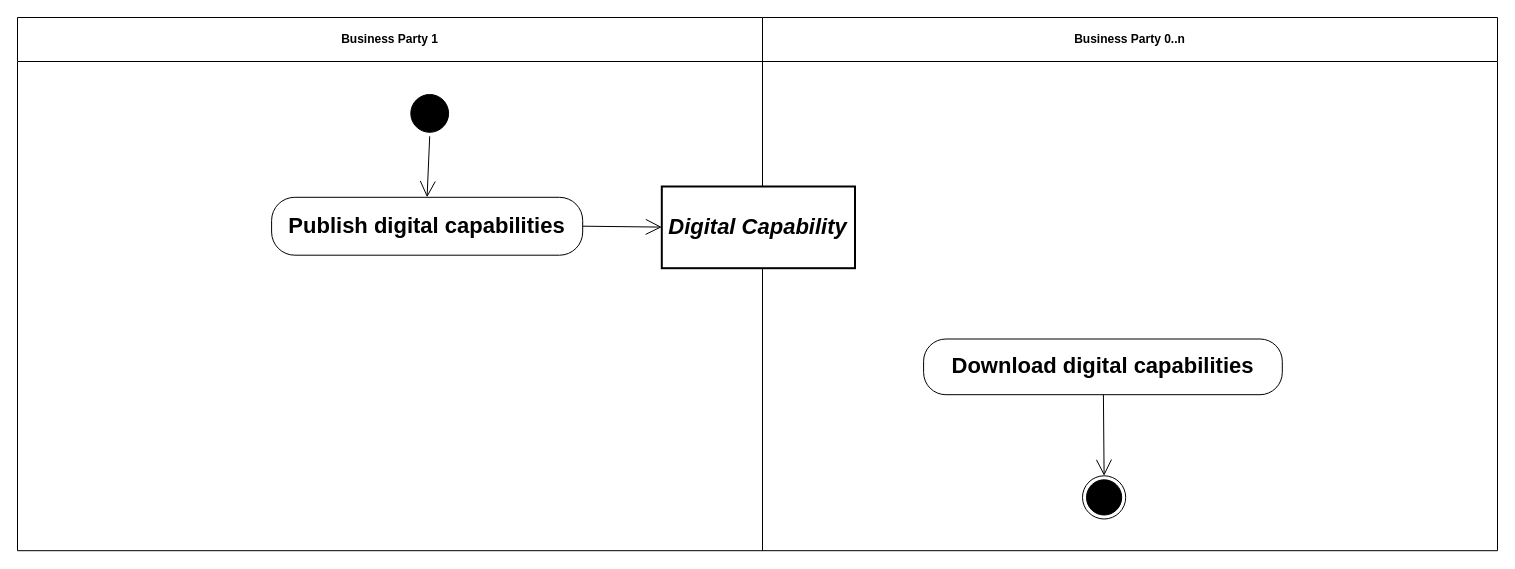
Earlier version of the draw.io diagram diagrams/UBL-2.2-DigitalCapability/UBL-2.2-DigitalCapability.drawio (kduvekot/ubl-work-on-svg-images). Source tidied: cells renumbered, new cells numbered last; positions are measured from the earlier drawing's top-left corner, leaving out a move shared by most shapes. Both pictures are drawn from the tidied source at 100%, with x=0, y=0 at pixel (17, 17).
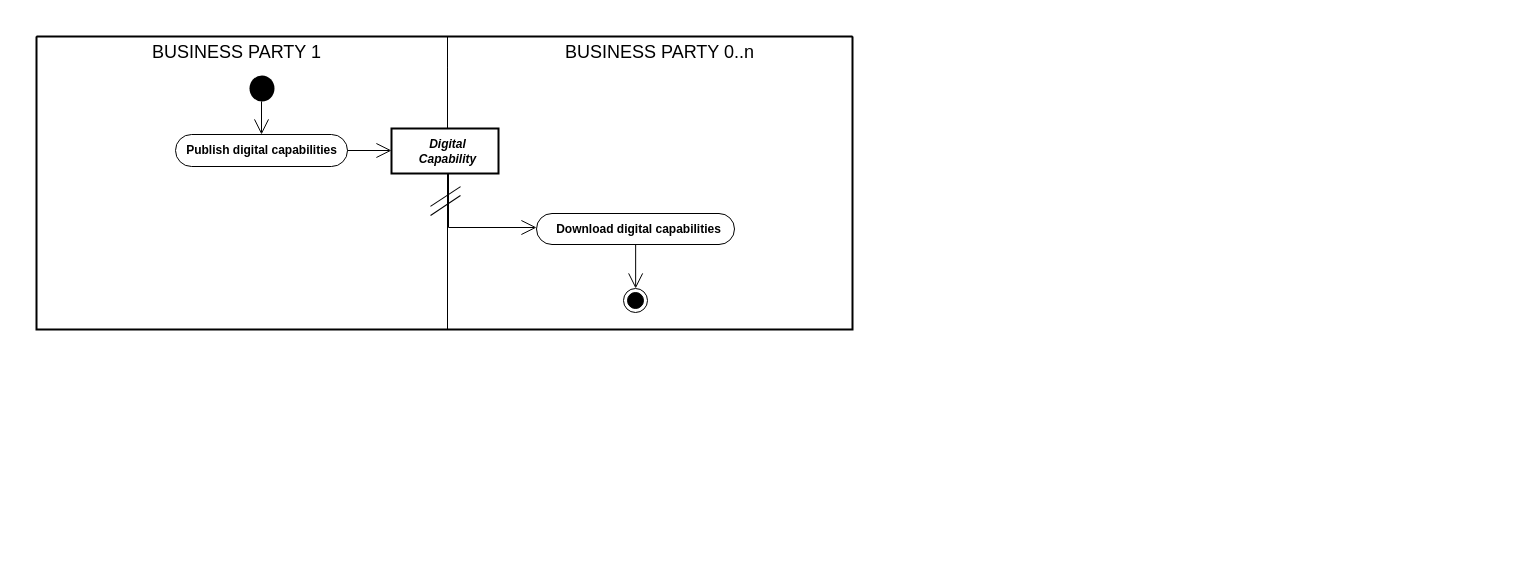
Above is the later version.

Change to the diagram source:
```diff
@@
 <mxGraphModel>
   <root>
     <mxCell id="0" />
     <mxCell id="1" parent="0" />
+    <mxCell id="12" style="swimlane;html=1;startSize=0;whiteSpace=wrap;fillColor=none;strokeWidth=2;" parent="1" vertex="1">
+      <mxGeometry x="19" y="19" width="816" height="293" as="geometry" />
+    </mxCell>
-    <mxCell id="2" value="Business Party 1" style="swimlane;whiteSpace=wrap;html=1;startSize=44;" parent="1" vertex="1">
-      <mxGeometry width="745" height="533.2" as="geometry" />
+    <mxCell id="2" value="BUSINESS PARTY 1" style="swimlane;horizontal=1;startSize=31;swimlaneLine=0;html=1;fillColor=none;fontSize=18;fontStyle=0;spacing=0;spacingRight=12;" parent="12" vertex="1">
+      <mxGeometry width="411" height="293" as="geometry" />
     </mxCell>
-    <mxCell id="3" value="Business Party 0..n" style="swimlane;whiteSpace=wrap;html=1;startSize=44;" parent="1" vertex="1">
-      <mxGeometry x="745" width="735" height="533.2" as="geometry" />
+    <mxCell id="3" value="BUSINESS PARTY 0..n" style="swimlane;horizontal=1;startSize=31;swimlaneLine=0;html=1;fillColor=none;fontSize=18;fontStyle=0;spacing=0;spacingLeft=18;" parent="12" vertex="1">
+      <mxGeometry x="411" width="405" height="293" as="geometry" />
     </mxCell>
-    <mxCell id="4" style="ellipse;html=1;shape=startState;fillColor=#000000;strokeColor=#000000;fontFamily=Helvetica;fontSize=22;" parent="1" vertex="1">
-      <mxGeometry x="389.3" y="73" width="45.8" height="45.8" as="geometry" />
+    <mxCell id="4" style="ellipse;shape=startState;fillColor=#000000;strokeColor=none;html=1;" parent="2" vertex="1">
+      <mxGeometry x="209" y="35" width="33" height="34" as="geometry" />
     </mxCell>
-    <mxCell id="5" value="Digital Capability" style="rounded=0;whiteSpace=wrap;html=1;fontStyle=3;strokeWidth=2;fontFamily=Helvetica;fontSize=22;" parent="1" vertex="1">
-      <mxGeometry x="644.3" y="169" width="193.2" height="81.7" as="geometry" />
+    <mxCell id="5" value="Digital&lt;br&gt;Capability" style="rounded=0;html=1;whiteSpace=nowrap;fontSize=12;fontStyle=3;align=center;verticalAlign=middle;spacing=0;spacingLeft=5;spacingTop=1;strokeWidth=2;" parent="3" vertex="1">
+      <mxGeometry x="-56" y="92" width="107" height="45" as="geometry" />
     </mxCell>
-    <mxCell id="6" value="Publish digital capabilities" style="rounded=1;arcSize=40;whiteSpace=wrap;html=1;fontStyle=1;fontFamily=Helvetica;fontSize=22;" parent="1" vertex="1">
-      <mxGeometry x="254.1" y="179.8" width="311.1" height="57.9" as="geometry" />
+    <mxCell id="6" value="Publish digital capabilities" style="rounded=1;absoluteArcSize=1;arcSize=35;html=1;whiteSpace=nowrap;fontSize=12;fontStyle=1;align=center;verticalAlign=middle;spacing=0;spacingBottom=1;" parent="2" vertex="1">
+      <mxGeometry x="139" y="98" width="172" height="32" as="geometry" />
     </mxCell>
-    <mxCell id="7" value="Download digital capabilities" style="rounded=1;arcSize=40;whiteSpace=wrap;html=1;fontStyle=1;fontFamily=Helvetica;fontSize=22;" parent="1" vertex="1">
-      <mxGeometry x="906.1" y="321.5" width="358.7" height="55.7" as="geometry" />
+    <mxCell id="7" value="Download digital capabilities" style="rounded=1;absoluteArcSize=1;arcSize=35;html=1;whiteSpace=nowrap;fontSize=12;fontStyle=1;align=center;verticalAlign=middle;spacing=0;spacingLeft=6;spacingTop=1;" parent="3" vertex="1">
+      <mxGeometry x="89" y="177" width="198" height="31" as="geometry" />
     </mxCell>
-    <mxCell id="8" style="ellipse;html=1;shape=endState;fillColor=#000000;strokeColor=#000000;fontFamily=Helvetica;fontSize=22;" parent="1" vertex="1">
-      <mxGeometry x="1065" y="458.3" width="43.2" height="43.2" as="geometry" />
+    <mxCell id="8" style="ellipse;shape=endState;fillColor=#000000;html=1;" parent="3" vertex="1">
+      <mxGeometry x="176" y="252" width="24" height="24" as="geometry" />
     </mxCell>
-    <mxCell id="9" style="edgeStyle=none;rounded=0;html=1;endArrow=open;endFill=0;endSize=14;exitX=0.5;exitY=1.0;entryX=0.4998;entryY=0.0;" parent="1" edge="1" source="4" target="6">
+    <mxCell id="9" style="edgeStyle=none;rounded=0;html=1;endArrow=open;endFill=0;endSize=13;exitPerimeter=0;entryX=0.5;entryY=0;entryPerimeter=0;exitX=0.484848;exitY=0.8799;" parent="2" edge="1" source="4" target="6">
       <mxGeometry relative="1" as="geometry" />
     </mxCell>
-    <mxCell id="10" style="edgeStyle=none;rounded=0;html=1;endArrow=open;endFill=0;endSize=14;exitX=1.0;exitY=0.4991;entryX=0.0;entryY=0.4969;" parent="1" edge="1" source="6" target="5">
+    <mxCell id="10" style="edgeStyle=none;rounded=0;html=1;endArrow=open;endFill=0;endSize=13;exitX=1;exitY=0.5;exitPerimeter=0;entryPerimeter=0;entryX=0;entryY=0.488889;" parent="12" edge="1" source="6" target="5">
       <mxGeometry relative="1" as="geometry" />
     </mxCell>
-    <mxCell id="11" style="edgeStyle=none;rounded=0;html=1;endArrow=open;endFill=0;endSize=14;exitX=0.5013;exitY=1.0;entryX=0.5046;entryY=0.0;" parent="1" edge="1" source="7" target="8">
+    <mxCell id="11" style="edgeStyle=none;rounded=0;html=1;endArrow=open;endFill=0;endSize=13;exitPerimeter=0;entryX=0.5063;entryY=0;entryPerimeter=0;exitX=0.500764;exitY=1;" parent="3" edge="1" source="7" target="8">
       <mxGeometry relative="1" as="geometry" />
     </mxCell>
+    <mxCell id="13" style="edgeStyle=orthogonalEdgeStyle;rounded=0;html=1;endArrow=open;endFill=0;endSize=13;exitPerimeter=0;entryPerimeter=0;exitX=0.53271;exitY=1;entryX=0;entryY=0.451613;" parent="3" edge="1" source="5" target="7">
+      <mxGeometry relative="1" as="geometry">
+        <Array as="points">
+          <mxPoint x="1" y="191" />
+        </Array>
+      </mxGeometry>
+    </mxCell>
+    <mxCell id="14" style="shape=line;html=1;rotation=146.66;" parent="13" vertex="1">
+      <mxGeometry x="-0.68" width="36" height="10" relative="1" as="geometry">
+        <mxPoint x="-21" y="-5" as="offset" />
+      </mxGeometry>
+    </mxCell>
+    <mxCell id="15" style="shape=line;html=1;rotation=146.27;" parent="13" vertex="1">
+      <mxGeometry x="-0.55" width="36" height="10" relative="1" as="geometry">
+        <mxPoint x="-21" y="-5" as="offset" />
+      </mxGeometry>
+    </mxCell>
   </root>
 </mxGraphModel>
```
